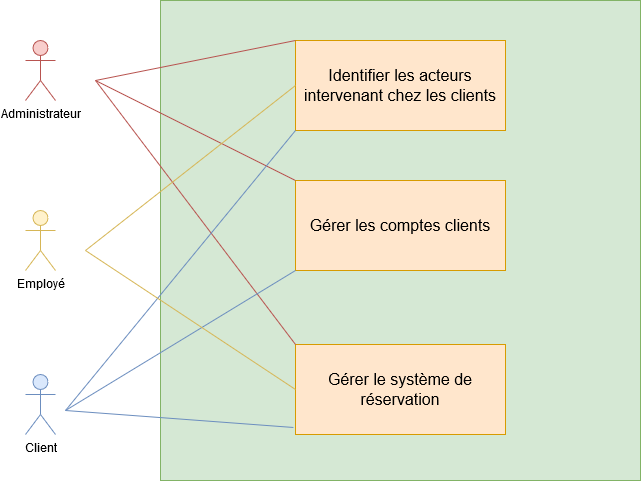
JackAuxLanternes/Projet-Annuel-BOURMIER-Jordan-ROUVILLE-Quentin-Groupe-1 keeps this draw.io diagram as Documentation/Mission 1/Diagrammes (UML)/Diagramme de contexte.png. Above is the earlier version. Source tidied: cells renumbered, new cells last; positions are measured from the earlier drawing's top-left corner, leaving out a move shared by most shapes.
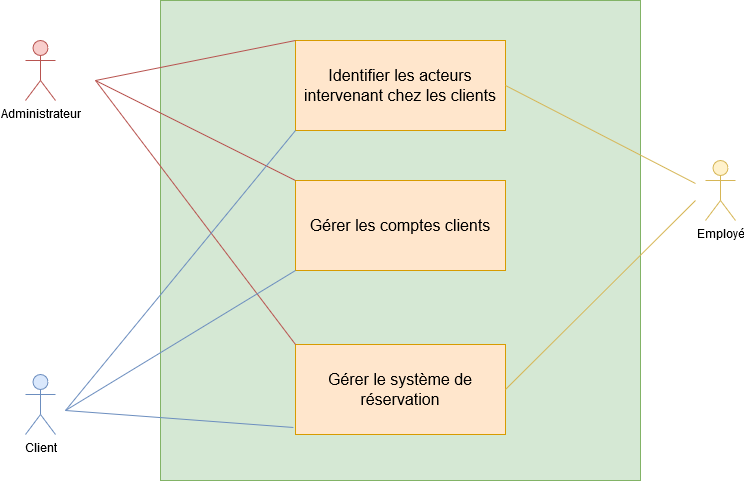
The same diagram one commit later.

Commit message:
Update Context diagram

Change to the diagram source:
```diff
@@ -9,7 +9,7 @@
       <mxGeometry y="374" width="30" height="60" as="geometry" />
     </mxCell>
     <mxCell id="4" value="Employé" style="shape=umlActor;verticalLabelPosition=bottom;labelBackgroundColor=#ffffff;verticalAlign=top;html=1;fillColor=#fff2cc;strokeColor=#d6b656;" parent="1" vertex="1">
-      <mxGeometry y="210" width="30" height="60" as="geometry" />
+      <mxGeometry x="680" y="160" width="30" height="60" as="geometry" />
     </mxCell>
     <mxCell id="5" value="&lt;div&gt;Administrateur&lt;br&gt;&lt;/div&gt;" style="shape=umlActor;verticalLabelPosition=bottom;labelBackgroundColor=#ffffff;verticalAlign=top;html=1;fillColor=#f8cecc;strokeColor=#b85450;" parent="1" vertex="1">
       <mxGeometry y="40" width="30" height="60" as="geometry" />
@@ -53,14 +53,14 @@
         <mxPoint x="40" y="410" as="sourcePoint" />
       </mxGeometry>
     </mxCell>
-    <mxCell id="15" style="endArrow=none;html=1;entryX=0;entryY=0.5;entryDx=0;entryDy=0;fillColor=#fff2cc;strokeColor=#d6b656;" parent="1" edge="1" target="6">
+    <mxCell id="15" style="endArrow=none;html=1;entryX=1;entryY=0.5;entryDx=0;entryDy=0;fillColor=#fff2cc;strokeColor=#d6b656;" parent="1" edge="1" target="6">
       <mxGeometry relative="1" as="geometry">
-        <mxPoint x="60" y="250" as="sourcePoint" />
+        <mxPoint x="670" y="183" as="sourcePoint" />
       </mxGeometry>
     </mxCell>
-    <mxCell id="16" style="endArrow=none;html=1;fillColor=#fff2cc;strokeColor=#d6b656;exitX=0;exitY=0.5;exitDx=0;exitDy=0;" parent="1" edge="1" source="8">
+    <mxCell id="16" style="endArrow=none;html=1;fillColor=#fff2cc;strokeColor=#d6b656;exitX=1;exitY=0.5;exitDx=0;exitDy=0;" parent="1" edge="1" source="8">
       <mxGeometry relative="1" as="geometry">
-        <mxPoint x="60" y="250" as="targetPoint" />
+        <mxPoint x="670" y="200" as="targetPoint" />
       </mxGeometry>
     </mxCell>
   </root>
```
